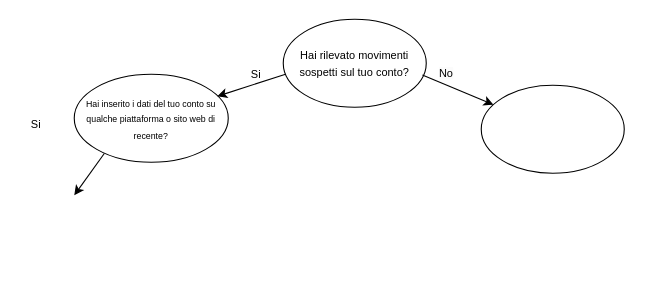
Before: Diagramma senza titolo.drawio in ClaudiaMarano/Decision-tree, a draw.io diagram. Source tidied: cells renumbered, new cells numbered last; positions are measured from the earlier drawing's top-left corner, leaving out a move shared by most shapes. Both pictures are drawn from the tidied source at 110%, with x=0, y=0 at pixel (19, 19).
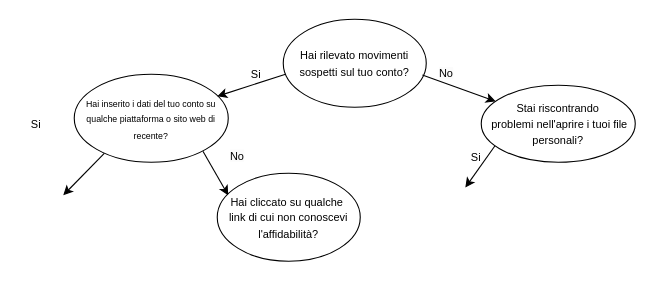
Above is the later version.

The edit, as a diff of the source:
```diff
@@
 <mxGraphModel>
   <root>
     <mxCell id="0" />
     <mxCell id="1" parent="0" />
     <mxCell id="2" value="&lt;font style=&quot;font-size: 10px;&quot;&gt;Hai rilevato movimenti sospetti sul tuo conto?&lt;/font&gt;" style="ellipse;whiteSpace=wrap;html=1;" parent="1" vertex="1">
       <mxGeometry x="240" width="130" height="80" as="geometry" />
     </mxCell>
-    <mxCell id="3" style="ellipse;whiteSpace=wrap;html=1;" parent="1" vertex="1">
-      <mxGeometry x="420" y="60" width="130" height="80" as="geometry" />
+    <mxCell id="3" value="&lt;font style=&quot;font-size: 10px;&quot;&gt;Stai riscontrando&lt;/font&gt;&lt;div&gt;&lt;font style=&quot;font-size: 10px;&quot;&gt;&amp;nbsp;problemi nell'aprire i tuoi file personali?&lt;/font&gt;&lt;/div&gt;" style="ellipse;whiteSpace=wrap;html=1;" parent="1" vertex="1">
+      <mxGeometry x="420" y="60" width="140" height="70" as="geometry" />
     </mxCell>
     <mxCell id="4" value="&lt;font style=&quot;font-size: 8px;&quot;&gt;Hai inserito i dati del tuo conto su qualche piattaforma o sito web di recente?&lt;/font&gt;" style="ellipse;whiteSpace=wrap;html=1;" parent="1" vertex="1">
       <mxGeometry x="50" y="50" width="140" height="80" as="geometry" />
     </mxCell>
     <mxCell id="5" style="endArrow=classic;html=1;rounded=0;exitX=0.016;exitY=0.625;exitDx=0;exitDy=0;exitPerimeter=0;entryX=0.929;entryY=0.25;entryDx=0;entryDy=0;entryPerimeter=0;" parent="1" edge="1" source="2" target="4">
       <mxGeometry relative="1" as="geometry" />
     </mxCell>
     <mxCell id="6" style="endArrow=classic;html=1;rounded=0;exitX=0.973;exitY=0.633;exitDx=0;exitDy=0;exitPerimeter=0;" parent="1" edge="1" source="2" target="3">
       <mxGeometry relative="1" as="geometry" />
     </mxCell>
     <mxCell id="7" value="&lt;font style=&quot;font-size: 10px;&quot;&gt;Si&lt;/font&gt;" style="text;html=1;align=center;verticalAlign=middle;strokeColor=none;fillColor=none;" parent="1" vertex="1">
       <mxGeometry x="200" y="35" width="30" height="30" as="geometry" />
     </mxCell>
     <mxCell id="8" value="&lt;span style=&quot;color: rgb(0, 0, 0); font-family: Helvetica; font-size: 10px; font-style: normal; font-variant-ligatures: normal; font-variant-caps: normal; font-weight: 400; letter-spacing: normal; orphans: 2; text-align: center; text-indent: 0px; text-transform: none; widows: 2; word-spacing: 0px; -webkit-text-stroke-width: 0px; white-space: nowrap; background-color: rgb(251, 251, 251); text-decoration-thickness: initial; text-decoration-style: initial; text-decoration-color: initial; display: inline !important; float: none;&quot;&gt;No&lt;/span&gt;" style="text;whiteSpace=wrap;html=1;" parent="1" vertex="1">
       <mxGeometry x="380" y="35" width="20" height="20" as="geometry" />
     </mxCell>
     <mxCell id="9" value="&lt;font style=&quot;font-size: 10px;&quot;&gt;Si&lt;/font&gt;" style="text;html=1;align=center;verticalAlign=middle;strokeColor=none;fillColor=none;" parent="1" vertex="1">
       <mxGeometry y="80" width="30" height="30" as="geometry" />
     </mxCell>
     <mxCell id="10" style="endArrow=classic;html=1;rounded=0;exitX=0.195;exitY=0.9;exitDx=0;exitDy=0;exitPerimeter=0;" parent="1" edge="1" source="4">
       <mxGeometry relative="1" as="geometry">
-        <mxPoint x="50" y="160" as="targetPoint" />
+        <mxPoint x="40" y="160" as="targetPoint" />
       </mxGeometry>
     </mxCell>
+    <mxCell id="11" value="&lt;font style=&quot;font-size: 10px;&quot;&gt;Si&lt;/font&gt;" style="text;html=1;align=center;verticalAlign=middle;strokeColor=none;fillColor=none;" parent="1" vertex="1">
+      <mxGeometry x="400" y="110" width="30" height="30" as="geometry" />
+    </mxCell>
+    <mxCell id="12" style="endArrow=classic;html=1;rounded=0;exitX=0.195;exitY=0.9;exitDx=0;exitDy=0;exitPerimeter=0;" parent="1" edge="1">
+      <mxGeometry relative="1" as="geometry">
+        <mxPoint x="432.5" y="115" as="sourcePoint" />
+        <mxPoint x="405.5" y="153" as="targetPoint" />
+      </mxGeometry>
+    </mxCell>
+    <mxCell id="13" value="&lt;span style=&quot;color: rgb(0, 0, 0); font-family: Helvetica; font-size: 10px; font-style: normal; font-variant-ligatures: normal; font-variant-caps: normal; font-weight: 400; letter-spacing: normal; orphans: 2; text-align: center; text-indent: 0px; text-transform: none; widows: 2; word-spacing: 0px; -webkit-text-stroke-width: 0px; white-space: nowrap; background-color: rgb(251, 251, 251); text-decoration-thickness: initial; text-decoration-style: initial; text-decoration-color: initial; display: inline !important; float: none;&quot;&gt;No&lt;/span&gt;" style="text;whiteSpace=wrap;html=1;" parent="1" vertex="1">
+      <mxGeometry x="190" y="110" width="20" height="20" as="geometry" />
+    </mxCell>
+    <mxCell id="14" style="endArrow=classic;html=1;rounded=0;exitX=0.195;exitY=0.9;exitDx=0;exitDy=0;exitPerimeter=0;" parent="1" edge="1">
+      <mxGeometry relative="1" as="geometry">
+        <mxPoint x="167" y="120" as="sourcePoint" />
+        <mxPoint x="190" y="160" as="targetPoint" />
+      </mxGeometry>
+    </mxCell>
+    <mxCell id="15" value="&lt;span style=&quot;font-size: 10px;&quot;&gt;Hai cliccato su qualche&amp;nbsp;&lt;/span&gt;&lt;div&gt;&lt;span style=&quot;font-size: 10px;&quot;&gt;link di cui non conoscevi l'affidabilità?&lt;/span&gt;&lt;/div&gt;" style="ellipse;whiteSpace=wrap;html=1;" parent="1" vertex="1">
+      <mxGeometry x="180" y="140" width="130" height="80" as="geometry" />
+    </mxCell>
   </root>
 </mxGraphModel>
```
